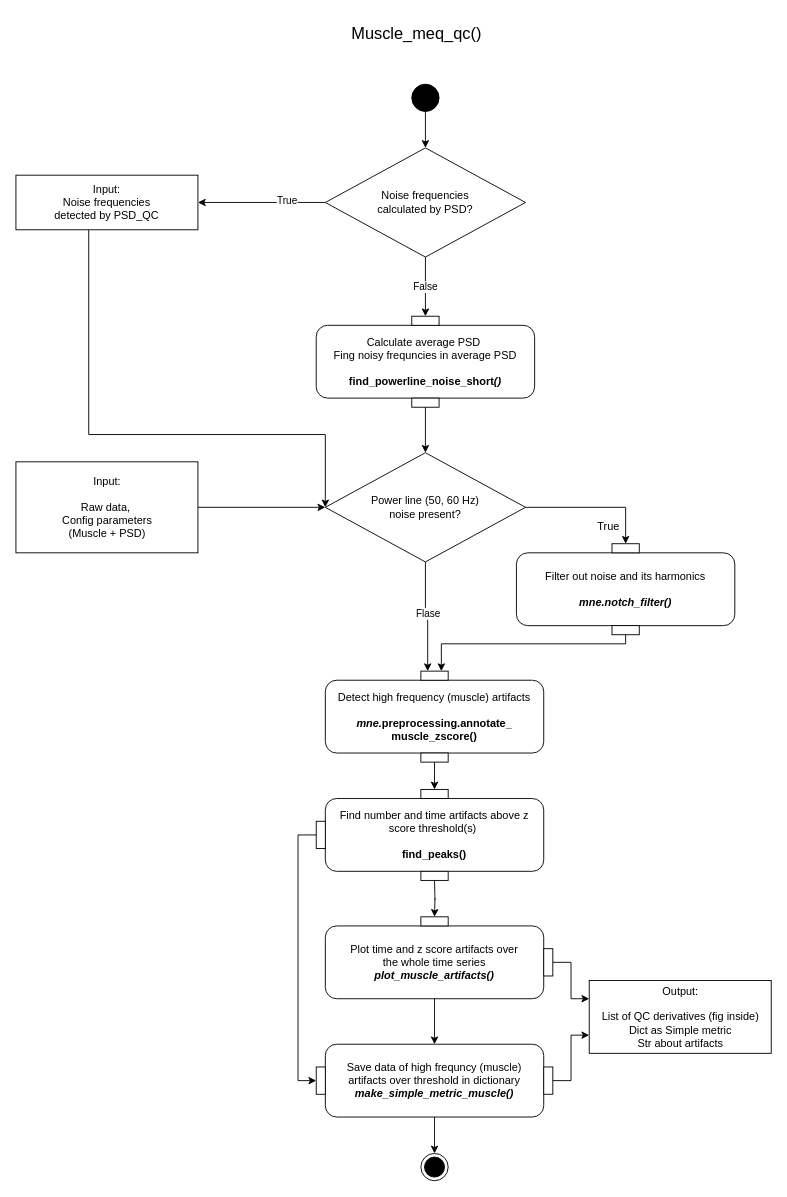
Before: docs/diagrams/_Muscle_UML2.5.drawio in oldgandalf/MEGqcJorge, a draw.io diagram. Source tidied: cells renumbered, new cells numbered last; positions are measured from the earlier drawing's top-left corner, leaving out a move shared by most shapes. Both pictures are drawn from the tidied source at 91%, with x=0, y=0 at pixel (15, 15).
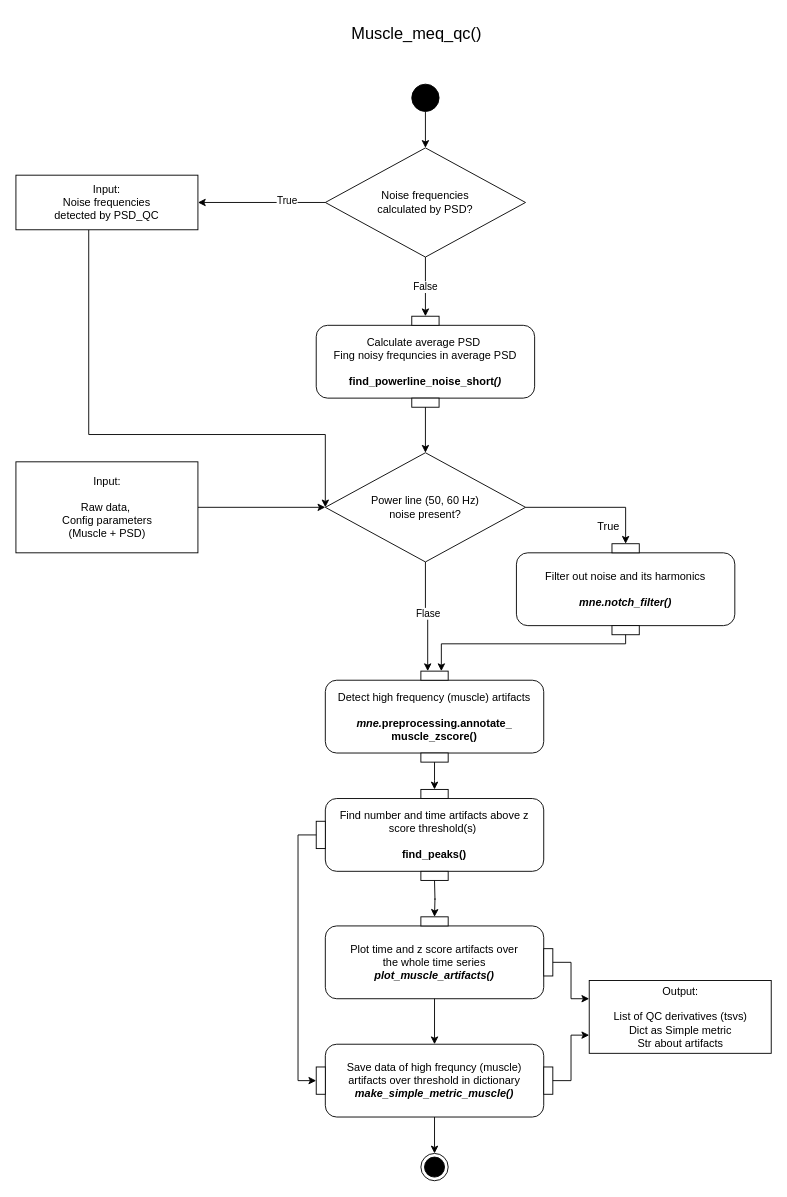
The same page after the edit.

Change to the diagram source:
```diff
@@
-    <mxCell id="32" value="Output:&lt;br&gt;&lt;br&gt;List of QC derivatives (fig inside)&lt;br&gt;Dict as Simple metric&lt;br&gt;Str about artifacts" style="html=1;dashed=0;fontFamily=Helvetica;fontSize=12;fontColor=rgb(0, 0, 0);align=center;strokeColor=rgb(0, 0, 0);fillColor=rgb(255, 255, 255);" parent="1" vertex="1">
+    <mxCell id="32" value="Output:&lt;br&gt;&lt;br&gt;List of QC derivatives (tsvs)&lt;br&gt;Dict as Simple metric&lt;br&gt;Str about artifacts" style="html=1;dashed=0;fontFamily=Helvetica;fontSize=12;fontColor=rgb(0, 0, 0);align=center;strokeColor=rgb(0, 0, 0);fillColor=rgb(255, 255, 255);" parent="1" vertex="1">
       <mxGeometry x="630" y="1060" width="200" height="80" as="geometry" />
     </mxCell>
```
